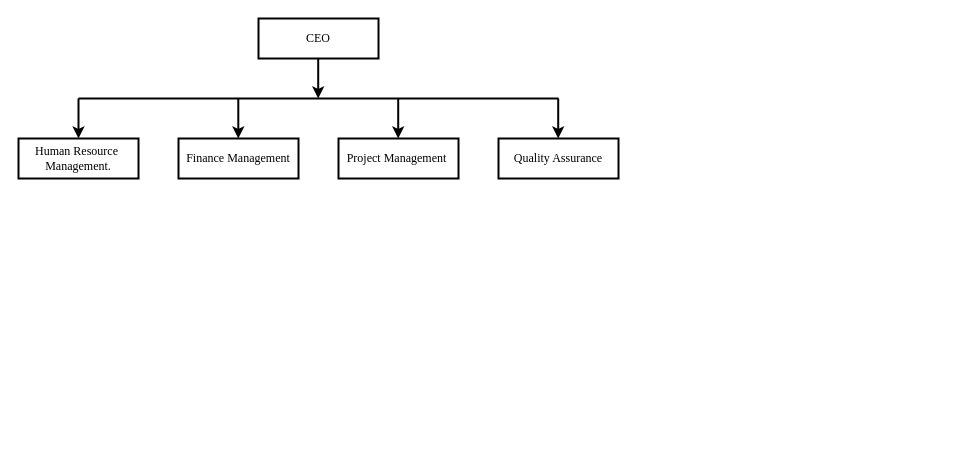
The draw.io diagram Untitled Diagram.drawio in Charlie174/Draw.io, before the edit. Source tidied: cells renumbered, new cells numbered last; positions are measured from the earlier drawing's top-left corner, leaving out a move shared by most shapes. Both pictures are drawn from the tidied source at 100%, with x=0, y=0 at pixel (18, 18).
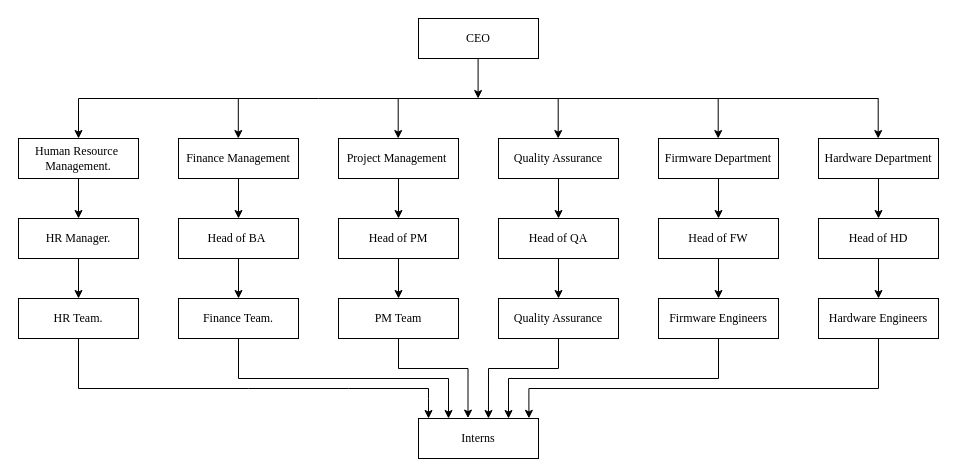
Above is the later version.

Change to the diagram source:
```diff
@@
-    <mxCell id="2" value="&lt;font face=&quot;Times New Roman&quot;&gt;CEO&lt;/font&gt;" style="rounded=0;whiteSpace=wrap;html=1;strokeWidth=2;" parent="1" vertex="1">
-      <mxGeometry x="240" width="120" height="40" as="geometry" />
+    <mxCell id="2" value="&lt;font face=&quot;Times New Roman&quot;&gt;CEO&lt;/font&gt;" style="rounded=0;whiteSpace=wrap;html=1;strokeWidth=1;" parent="1" vertex="1">
+      <mxGeometry x="400" width="120" height="40" as="geometry" />
     </mxCell>
+    <mxCell id="13" style="edgeStyle=orthogonalEdgeStyle;rounded=0;jettySize=auto;html=1;strokeWidth=1;" parent="1" edge="1" source="3" target="18">
+      <mxGeometry relative="1" as="geometry" />
+    </mxCell>
-    <mxCell id="3" value="&lt;font face=&quot;Times New Roman&quot;&gt;Human Resource&amp;nbsp;&lt;br&gt;Management.&lt;/font&gt;" style="rounded=0;whiteSpace=wrap;html=1;strokeWidth=2;" parent="1" vertex="1">
+    <mxCell id="3" value="&lt;font face=&quot;Times New Roman&quot;&gt;Human Resource&amp;nbsp;&lt;br&gt;Management.&lt;/font&gt;" style="rounded=0;whiteSpace=wrap;html=1;strokeWidth=1;" parent="1" vertex="1">
       <mxGeometry y="120" width="120" height="40" as="geometry" />
     </mxCell>
+    <mxCell id="14" style="edgeStyle=orthogonalEdgeStyle;rounded=0;jettySize=auto;html=1;strokeWidth=1;" parent="1" edge="1" source="4" target="21">
+      <mxGeometry relative="1" as="geometry" />
+    </mxCell>
-    <mxCell id="4" value="&lt;span style=&quot;font-family: &amp;quot;Times New Roman&amp;quot;;&quot;&gt;Finance Management&lt;/span&gt;" style="rounded=0;whiteSpace=wrap;html=1;strokeWidth=2;" parent="1" vertex="1">
+    <mxCell id="4" value="&lt;span style=&quot;font-family: &amp;quot;Times New Roman&amp;quot;;&quot;&gt;Finance Management&lt;/span&gt;" style="rounded=0;whiteSpace=wrap;html=1;strokeWidth=1;" parent="1" vertex="1">
       <mxGeometry x="160" y="120" width="120" height="40" as="geometry" />
     </mxCell>
+    <mxCell id="15" style="edgeStyle=orthogonalEdgeStyle;rounded=0;jettySize=auto;html=1;strokeWidth=1;" parent="1" edge="1" source="5" target="24">
+      <mxGeometry relative="1" as="geometry" />
+    </mxCell>
-    <mxCell id="5" value="&lt;span style=&quot;font-family: &amp;quot;Times New Roman&amp;quot;;&quot;&gt;Project Management&amp;nbsp;&lt;/span&gt;" style="rounded=0;whiteSpace=wrap;html=1;strokeWidth=2;" parent="1" vertex="1">
+    <mxCell id="5" value="&lt;span style=&quot;font-family: &amp;quot;Times New Roman&amp;quot;;&quot;&gt;Project Management&amp;nbsp;&lt;/span&gt;" style="rounded=0;whiteSpace=wrap;html=1;strokeWidth=1;" parent="1" vertex="1">
       <mxGeometry x="320" y="120" width="120" height="40" as="geometry" />
     </mxCell>
+    <mxCell id="16" style="edgeStyle=orthogonalEdgeStyle;rounded=0;jettySize=auto;html=1;strokeWidth=1;" parent="1" edge="1" source="6" target="28">
+      <mxGeometry relative="1" as="geometry" />
+    </mxCell>
-    <mxCell id="6" value="&lt;span style=&quot;font-family: &amp;quot;Times New Roman&amp;quot;;&quot;&gt;Quality Assurance&lt;/span&gt;" style="rounded=0;whiteSpace=wrap;html=1;strokeWidth=2;" parent="1" vertex="1">
+    <mxCell id="6" value="&lt;span style=&quot;font-family: &amp;quot;Times New Roman&amp;quot;;&quot;&gt;Quality Assurance&lt;/span&gt;" style="rounded=0;whiteSpace=wrap;html=1;strokeWidth=1;" parent="1" vertex="1">
       <mxGeometry x="480" y="120" width="120" height="40" as="geometry" />
     </mxCell>
-    <mxCell id="7" style="endArrow=none;html=1;rounded=0;strokeWidth=2;" parent="1" edge="1">
+    <mxCell id="7" style="endArrow=none;html=1;rounded=0;strokeWidth=1;" parent="1" edge="1">
       <mxGeometry relative="1" as="geometry">
         <mxPoint x="60" y="80" as="sourcePoint" />
-        <mxPoint x="540" y="80" as="targetPoint" />
+        <mxPoint x="860" y="80" as="targetPoint" />
         <Array as="points">
           <mxPoint x="300" y="80" />
         </Array>
       </mxGeometry>
     </mxCell>
-    <mxCell id="8" style="endArrow=classic;html=1;rounded=0;strokeWidth=2;" parent="1" edge="1" target="3">
+    <mxCell id="8" style="endArrow=classic;html=1;rounded=0;strokeWidth=1;" parent="1" edge="1" target="3">
       <mxGeometry relative="1" as="geometry">
         <mxPoint x="60" y="80" as="sourcePoint" />
       </mxGeometry>
     </mxCell>
-    <mxCell id="9" style="endArrow=classic;html=1;rounded=0;strokeWidth=2;" parent="1" edge="1">
+    <mxCell id="9" style="endArrow=classic;html=1;rounded=0;strokeWidth=1;" parent="1" edge="1">
       <mxGeometry relative="1" as="geometry">
         <mxPoint x="219.8" y="80" as="sourcePoint" />
         <mxPoint x="219.8" y="120" as="targetPoint" />
       </mxGeometry>
     </mxCell>
-    <mxCell id="10" style="endArrow=classic;html=1;rounded=0;strokeWidth=2;" parent="1" edge="1">
+    <mxCell id="10" style="endArrow=classic;html=1;rounded=0;strokeWidth=1;" parent="1" edge="1">
       <mxGeometry relative="1" as="geometry">
         <mxPoint x="379.7" y="80" as="sourcePoint" />
         <mxPoint x="379.7" y="120" as="targetPoint" />
       </mxGeometry>
     </mxCell>
-    <mxCell id="11" style="endArrow=classic;html=1;rounded=0;strokeWidth=2;" parent="1" edge="1">
+    <mxCell id="11" style="endArrow=classic;html=1;rounded=0;strokeWidth=1;" parent="1" edge="1">
       <mxGeometry relative="1" as="geometry">
         <mxPoint x="539.7" y="80" as="sourcePoint" />
         <mxPoint x="539.7" y="120" as="targetPoint" />
       </mxGeometry>
     </mxCell>
-    <mxCell id="12" style="endArrow=classic;html=1;rounded=0;strokeWidth=2;" parent="1" edge="1">
+    <mxCell id="12" style="endArrow=classic;html=1;rounded=0;strokeWidth=1;" parent="1" edge="1">
       <mxGeometry relative="1" as="geometry">
-        <mxPoint x="299.7" y="40" as="sourcePoint" />
-        <mxPoint x="299.7" y="80" as="targetPoint" />
+        <mxPoint x="459.6" y="40" as="sourcePoint" />
+        <mxPoint x="459.6" y="80" as="targetPoint" />
       </mxGeometry>
     </mxCell>
+    <mxCell id="17" style="edgeStyle=orthogonalEdgeStyle;rounded=0;jettySize=auto;html=1;strokeWidth=1;" parent="1" edge="1" source="18" target="19">
+      <mxGeometry relative="1" as="geometry" />
+    </mxCell>
+    <mxCell id="18" value="&lt;font face=&quot;Times New Roman&quot;&gt;HR Manager.&lt;/font&gt;" style="rounded=0;whiteSpace=wrap;html=1;strokeWidth=1;" parent="1" vertex="1">
+      <mxGeometry y="200" width="120" height="40" as="geometry" />
+    </mxCell>
+    <mxCell id="19" value="&lt;font face=&quot;Times New Roman&quot;&gt;HR Team.&lt;/font&gt;" style="rounded=0;whiteSpace=wrap;html=1;strokeWidth=1;" parent="1" vertex="1">
+      <mxGeometry y="280" width="120" height="40" as="geometry" />
+    </mxCell>
+    <mxCell id="20" style="edgeStyle=orthogonalEdgeStyle;rounded=0;jettySize=auto;html=1;strokeWidth=1;" parent="1" edge="1" source="21" target="22">
+      <mxGeometry relative="1" as="geometry" />
+    </mxCell>
+    <mxCell id="21" value="&lt;span style=&quot;font-family: &amp;quot;Times New Roman&amp;quot;;&quot;&gt;Head of BA&amp;nbsp;&lt;/span&gt;" style="rounded=0;whiteSpace=wrap;html=1;strokeWidth=1;" parent="1" vertex="1">
+      <mxGeometry x="160" y="200" width="120" height="40" as="geometry" />
+    </mxCell>
+    <mxCell id="22" value="&lt;font face=&quot;Times New Roman&quot;&gt;Finance Team.&lt;/font&gt;" style="rounded=0;whiteSpace=wrap;html=1;strokeWidth=1;" parent="1" vertex="1">
+      <mxGeometry x="160" y="280" width="120" height="40" as="geometry" />
+    </mxCell>
+    <mxCell id="23" style="edgeStyle=orthogonalEdgeStyle;rounded=0;jettySize=auto;html=1;strokeWidth=1;" parent="1" edge="1" source="24" target="26">
+      <mxGeometry relative="1" as="geometry" />
+    </mxCell>
+    <mxCell id="24" value="&lt;font face=&quot;Times New Roman&quot;&gt;Head of PM&lt;/font&gt;" style="rounded=0;whiteSpace=wrap;html=1;strokeWidth=1;" parent="1" vertex="1">
+      <mxGeometry x="320" y="200" width="120" height="40" as="geometry" />
+    </mxCell>
+    <mxCell id="25" style="edgeStyle=orthogonalEdgeStyle;rounded=0;jettySize=auto;html=1;entryX=0.329;entryY=-0.01;entryDx=0;entryDy=0;entryPerimeter=0;exitX=0.5;exitY=1;exitDx=0;exitDy=0;" parent="1" edge="1" source="26">
+      <mxGeometry relative="1" as="geometry">
+        <mxPoint x="449.5" y="399.6" as="targetPoint" />
+        <Array as="points">
+          <mxPoint x="380" y="350" />
+          <mxPoint x="450" y="350" />
+        </Array>
+      </mxGeometry>
+    </mxCell>
+    <mxCell id="26" value="&lt;span style=&quot;font-family: &amp;quot;Times New Roman&amp;quot;;&quot;&gt;PM Team&lt;/span&gt;" style="rounded=0;whiteSpace=wrap;html=1;strokeWidth=1;" parent="1" vertex="1">
+      <mxGeometry x="320" y="280" width="120" height="40" as="geometry" />
+    </mxCell>
+    <mxCell id="27" style="edgeStyle=orthogonalEdgeStyle;rounded=0;jettySize=auto;html=1;strokeWidth=1;" parent="1" edge="1" source="28" target="29">
+      <mxGeometry relative="1" as="geometry" />
+    </mxCell>
+    <mxCell id="28" value="&lt;font face=&quot;Times New Roman&quot;&gt;Head of QA&lt;/font&gt;" style="rounded=0;whiteSpace=wrap;html=1;strokeWidth=1;" parent="1" vertex="1">
+      <mxGeometry x="480" y="200" width="120" height="40" as="geometry" />
+    </mxCell>
+    <mxCell id="29" value="&lt;span style=&quot;font-family: &amp;quot;Times New Roman&amp;quot;;&quot;&gt;Quality Assurance&lt;/span&gt;" style="rounded=0;whiteSpace=wrap;html=1;strokeWidth=1;" parent="1" vertex="1">
+      <mxGeometry x="480" y="280" width="120" height="40" as="geometry" />
+    </mxCell>
+    <mxCell id="30" style="edgeStyle=orthogonalEdgeStyle;rounded=0;jettySize=auto;html=1;strokeWidth=1;" parent="1" edge="1" source="31" target="34">
+      <mxGeometry relative="1" as="geometry" />
+    </mxCell>
+    <mxCell id="31" value="&lt;span style=&quot;font-family: &amp;quot;Times New Roman&amp;quot;;&quot;&gt;Firmware Department&lt;/span&gt;" style="rounded=0;whiteSpace=wrap;html=1;strokeWidth=1;" parent="1" vertex="1">
+      <mxGeometry x="640" y="120" width="120" height="40" as="geometry" />
+    </mxCell>
+    <mxCell id="32" style="endArrow=classic;html=1;rounded=0;strokeWidth=1;" parent="1" edge="1">
+      <mxGeometry relative="1" as="geometry">
+        <mxPoint x="699.7" y="80" as="sourcePoint" />
+        <mxPoint x="699.7" y="120" as="targetPoint" />
+      </mxGeometry>
+    </mxCell>
+    <mxCell id="33" style="edgeStyle=orthogonalEdgeStyle;rounded=0;jettySize=auto;html=1;strokeWidth=1;" parent="1" edge="1" source="34" target="36">
+      <mxGeometry relative="1" as="geometry" />
+    </mxCell>
+    <mxCell id="34" value="&lt;font face=&quot;Times New Roman&quot;&gt;Head of FW&lt;/font&gt;" style="rounded=0;whiteSpace=wrap;html=1;strokeWidth=1;" parent="1" vertex="1">
+      <mxGeometry x="640" y="200" width="120" height="40" as="geometry" />
+    </mxCell>
+    <mxCell id="35" style="edgeStyle=orthogonalEdgeStyle;rounded=0;jettySize=auto;html=1;entryX=0.75;entryY=0;entryDx=0;entryDy=0;" parent="1" edge="1" source="36" target="43">
+      <mxGeometry relative="1" as="geometry">
+        <Array as="points">
+          <mxPoint x="700" y="360" />
+          <mxPoint x="490" y="360" />
+        </Array>
+      </mxGeometry>
+    </mxCell>
+    <mxCell id="36" value="&lt;span style=&quot;font-family: &amp;quot;Times New Roman&amp;quot;;&quot;&gt;Firmware Engineers&lt;/span&gt;" style="rounded=0;whiteSpace=wrap;html=1;strokeWidth=1;" parent="1" vertex="1">
+      <mxGeometry x="640" y="280" width="120" height="40" as="geometry" />
+    </mxCell>
+    <mxCell id="37" style="edgeStyle=orthogonalEdgeStyle;rounded=0;jettySize=auto;html=1;strokeWidth=1;" parent="1" edge="1" source="38" target="41">
+      <mxGeometry relative="1" as="geometry" />
+    </mxCell>
+    <mxCell id="38" value="&lt;span style=&quot;font-family: &amp;quot;Times New Roman&amp;quot;;&quot;&gt;Hardware Department&lt;/span&gt;" style="rounded=0;whiteSpace=wrap;html=1;strokeWidth=1;" parent="1" vertex="1">
+      <mxGeometry x="800" y="120" width="120" height="40" as="geometry" />
+    </mxCell>
+    <mxCell id="39" style="endArrow=classic;html=1;rounded=0;strokeWidth=1;" parent="1" edge="1">
+      <mxGeometry relative="1" as="geometry">
+        <mxPoint x="859.7" y="80" as="sourcePoint" />
+        <mxPoint x="859.7" y="120" as="targetPoint" />
+      </mxGeometry>
+    </mxCell>
+    <mxCell id="40" style="edgeStyle=orthogonalEdgeStyle;rounded=0;jettySize=auto;html=1;strokeWidth=1;" parent="1" edge="1" source="41" target="42">
+      <mxGeometry relative="1" as="geometry" />
+    </mxCell>
+    <mxCell id="41" value="&lt;font face=&quot;Times New Roman&quot;&gt;Head of HD&lt;/font&gt;" style="rounded=0;whiteSpace=wrap;html=1;strokeWidth=1;" parent="1" vertex="1">
+      <mxGeometry x="800" y="200" width="120" height="40" as="geometry" />
+    </mxCell>
+    <mxCell id="42" value="&lt;span style=&quot;font-family: &amp;quot;Times New Roman&amp;quot;;&quot;&gt;Hardware Engineers&lt;/span&gt;" style="rounded=0;whiteSpace=wrap;html=1;strokeWidth=1;" parent="1" vertex="1">
+      <mxGeometry x="800" y="280" width="120" height="40" as="geometry" />
+    </mxCell>
+    <mxCell id="43" value="&lt;font face=&quot;Times New Roman&quot;&gt;Interns&lt;/font&gt;" style="rounded=0;whiteSpace=wrap;html=1;" parent="1" vertex="1">
+      <mxGeometry x="400" y="400" width="120" height="40" as="geometry" />
+    </mxCell>
+    <mxCell id="44" style="endArrow=classic;html=1;rounded=0;exitX=0.5;exitY=1;exitDx=0;exitDy=0;" parent="1" edge="1" source="19">
+      <mxGeometry relative="1" as="geometry">
+        <mxPoint x="410" y="400" as="targetPoint" />
+        <Array as="points">
+          <mxPoint x="60" y="370" />
+          <mxPoint x="230" y="370" />
+          <mxPoint x="330" y="370" />
+          <mxPoint x="410" y="370" />
+          <mxPoint x="410" y="380" />
+          <mxPoint x="410" y="400" />
+        </Array>
+      </mxGeometry>
+    </mxCell>
+    <mxCell id="45" style="edgeStyle=orthogonalEdgeStyle;rounded=0;jettySize=auto;html=1;exitX=0.5;exitY=1;exitDx=0;exitDy=0;entryX=0.25;entryY=0;entryDx=0;entryDy=0;" parent="1" edge="1" source="22" target="43">
+      <mxGeometry relative="1" as="geometry" />
+    </mxCell>
+    <mxCell id="46" style="edgeStyle=orthogonalEdgeStyle;rounded=0;jettySize=auto;html=1;entryX=0.583;entryY=0;entryDx=0;entryDy=0;entryPerimeter=0;" parent="1" edge="1" source="29" target="43">
+      <mxGeometry relative="1" as="geometry">
+        <Array as="points">
+          <mxPoint x="540" y="350" />
+          <mxPoint x="470" y="350" />
+        </Array>
+      </mxGeometry>
+    </mxCell>
+    <mxCell id="47" style="edgeStyle=orthogonalEdgeStyle;rounded=0;jettySize=auto;html=1;entryX=0.92;entryY=-0.004;entryDx=0;entryDy=0;entryPerimeter=0;" parent="1" edge="1" source="42" target="43">
+      <mxGeometry relative="1" as="geometry">
+        <Array as="points">
+          <mxPoint x="860" y="370" />
+          <mxPoint x="510" y="370" />
+          <mxPoint x="510" y="400" />
+        </Array>
+      </mxGeometry>
+    </mxCell>
```
